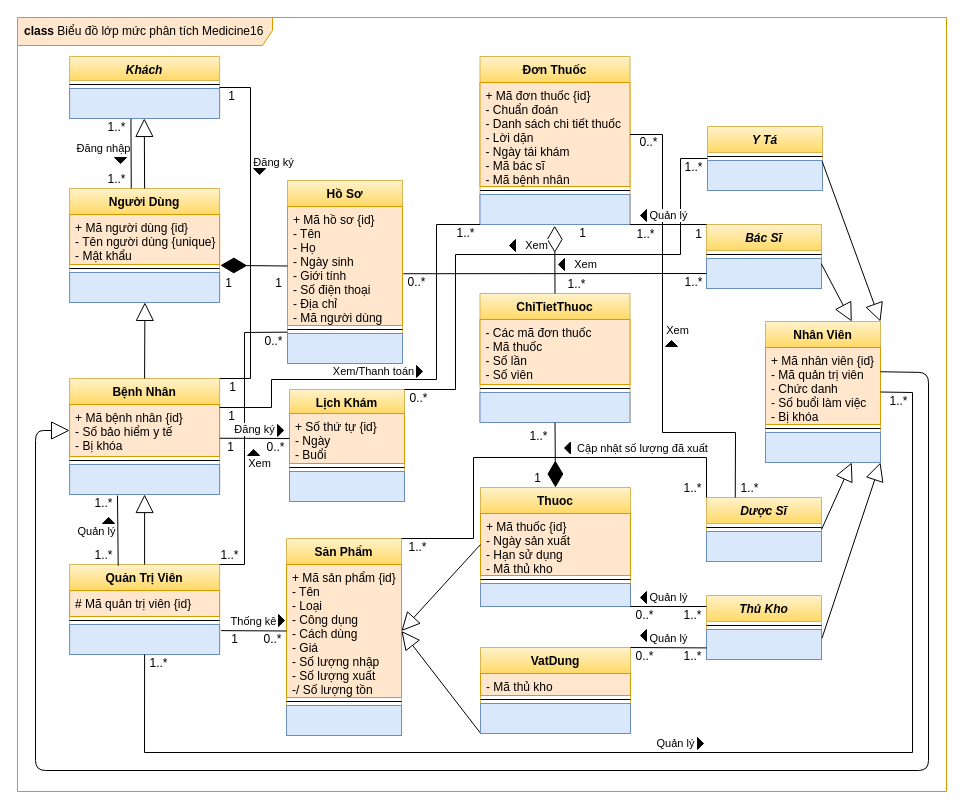
Above: page "Basic Class" (2 of 8) of designs/medicine16.drawio in luclegen/medicine16 (draw.io), before the change. Source tidied: cells renumbered, new cells numbered last; positions are measured from the earlier drawing's top-left corner, leaving out a move shared by most shapes. Both pictures are drawn from the tidied source at 100%, with x=0, y=0 at pixel (17, 17).
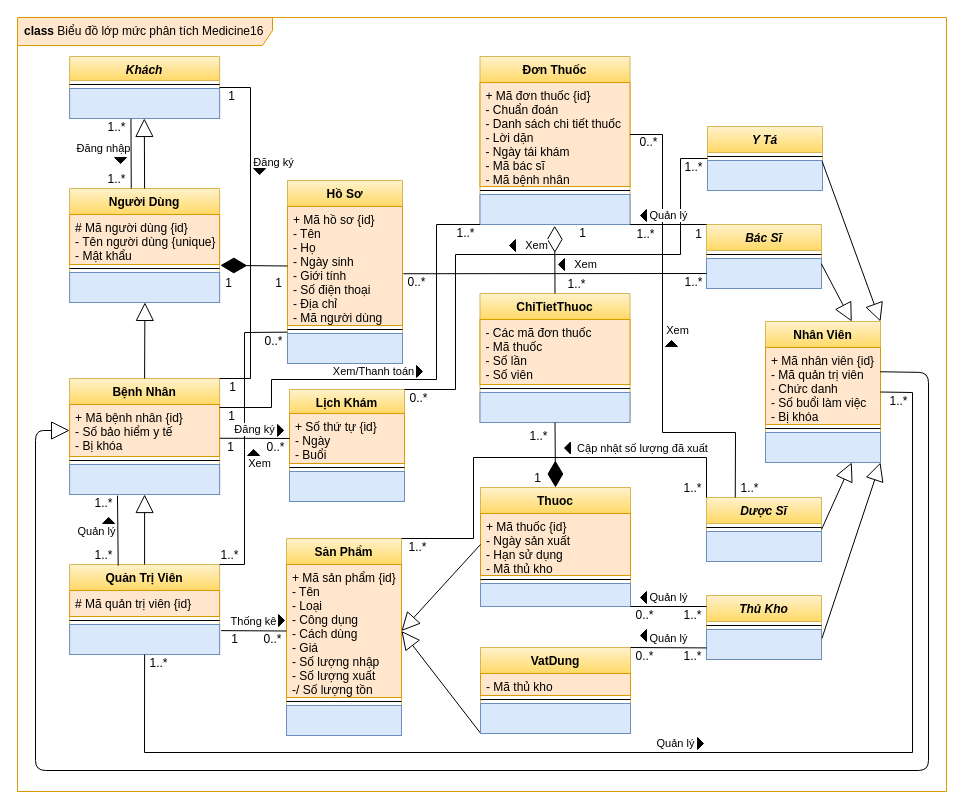
Above is the later version.

Commit message:
Update Basic Class

The change refers to these unchanged cells:
```xml
<mxCell id="6" value="Người Dùng" style="swimlane;fontStyle=1;align=center;verticalAlign=top;horizontal=1;startSize=26;fillColor=#fff2cc;strokeColor=#d6b656;gradientColor=#ffd966;" parent="1" vertex="1">
  <mxGeometry x="52.1" y="171" width="150" height="114" as="geometry" />
</mxCell>
```

What changed in the source:
```diff
@@
-    <mxCell id="7" value="+ Mã người dùng {id}&#10;- Tên người dùng {unique}&#10;- Mật khẩu" style="text;strokeColor=#d79b00;fillColor=#ffe6cc;align=left;verticalAlign=top;spacingLeft=4;spacingRight=4;overflow=hidden;points=[[0,0.5],[1,0.5]];portConstraint=eastwest;" parent="6" vertex="1">
+    <mxCell id="7" value="# Mã người dùng {id}&#10;- Tên người dùng {unique}&#10;- Mật khẩu" style="text;strokeColor=#d79b00;fillColor=#ffe6cc;align=left;verticalAlign=top;spacingLeft=4;spacingRight=4;overflow=hidden;points=[[0,0.5],[1,0.5]];portConstraint=eastwest;" parent="6" vertex="1">
       <mxGeometry y="26" width="150" height="50" as="geometry" />
     </mxCell>
```
